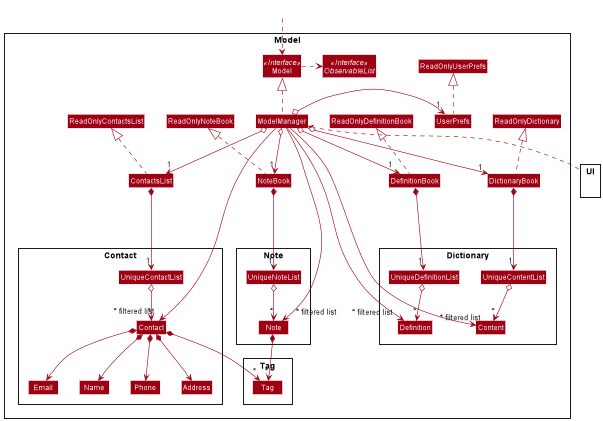
Above: docs/images/ModelClassDiagram.png in nus-cs2103-AY2021S2/tp (PlantUML), before the change. Its source is kept beside it as docs/diagrams/ModelClassDiagram.puml.
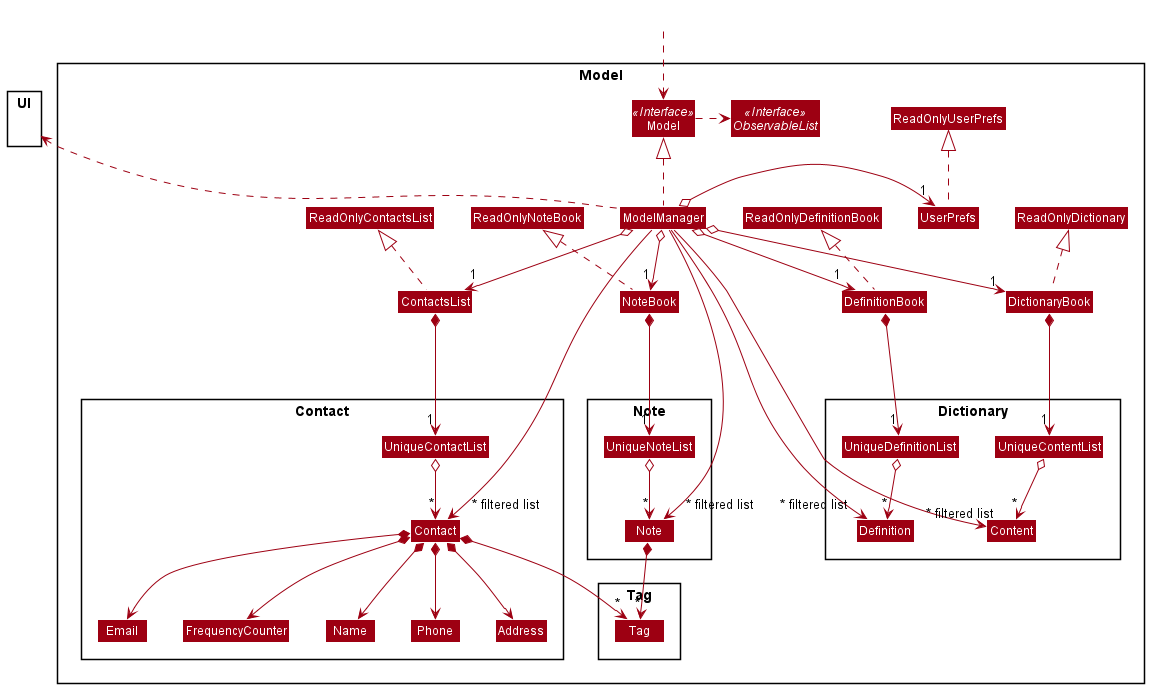
The same diagram one commit later.

Commit message:
Update Model class diagram

The edit, as a diff of the source:
```diff
@@ -28,6 +28,7 @@
 Class Email
 Class Name
 Class Phone
+Class FrequencyCounter
 Class UniqueContactList
 }
 
@@ -78,6 +79,7 @@
 Contact *--> Phone
 Contact *--> Email
 Contact *--> Address
+Contact *--> FrequencyCounter
 Contact *--> "*" Tag
 
 NoteBook *--> "1" UniqueNoteList
```
